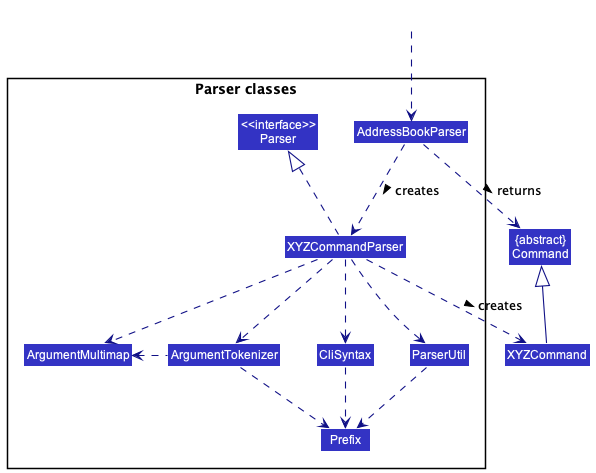
nus-cs2103-AY2223S1/tp keeps this PlantUML diagram as docs/images/ParserClasses.png. Above is the earlier version.
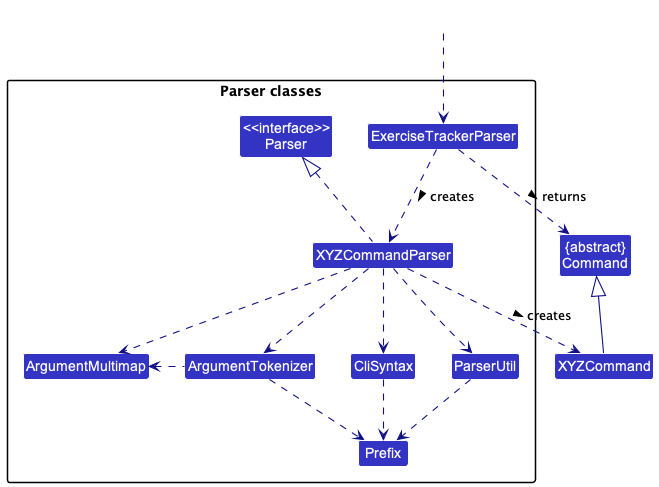
The same diagram one commit later.

Commit message:
Rectify 'AddressBookParser' error in ParserClasses

Change to the diagram source:
```diff
@@ -9,7 +9,7 @@
 
 package "Parser classes"{
 Class "<<interface>>\nParser" as Parser
-Class AddressBookParser
+Class ExerciseTrackerParser
 Class XYZCommandParser
 Class CliSyntax
 Class ParserUtil
@@ -19,12 +19,12 @@
 }
 
 Class HiddenOutside #FFFFFF
-HiddenOutside ..> AddressBookParser
+HiddenOutside ..> ExerciseTrackerParser
 
-AddressBookParser .down.> XYZCommandParser: creates >
+ExerciseTrackerParser .down.> XYZCommandParser: creates >
 
 XYZCommandParser ..> XYZCommand : creates >
-AddressBookParser ..> Command : returns >
+ExerciseTrackerParser ..> Command : returns >
 XYZCommandParser .up.|> Parser
 XYZCommandParser ..> ArgumentMultimap
 XYZCommandParser ..> ArgumentTokenizer
```
